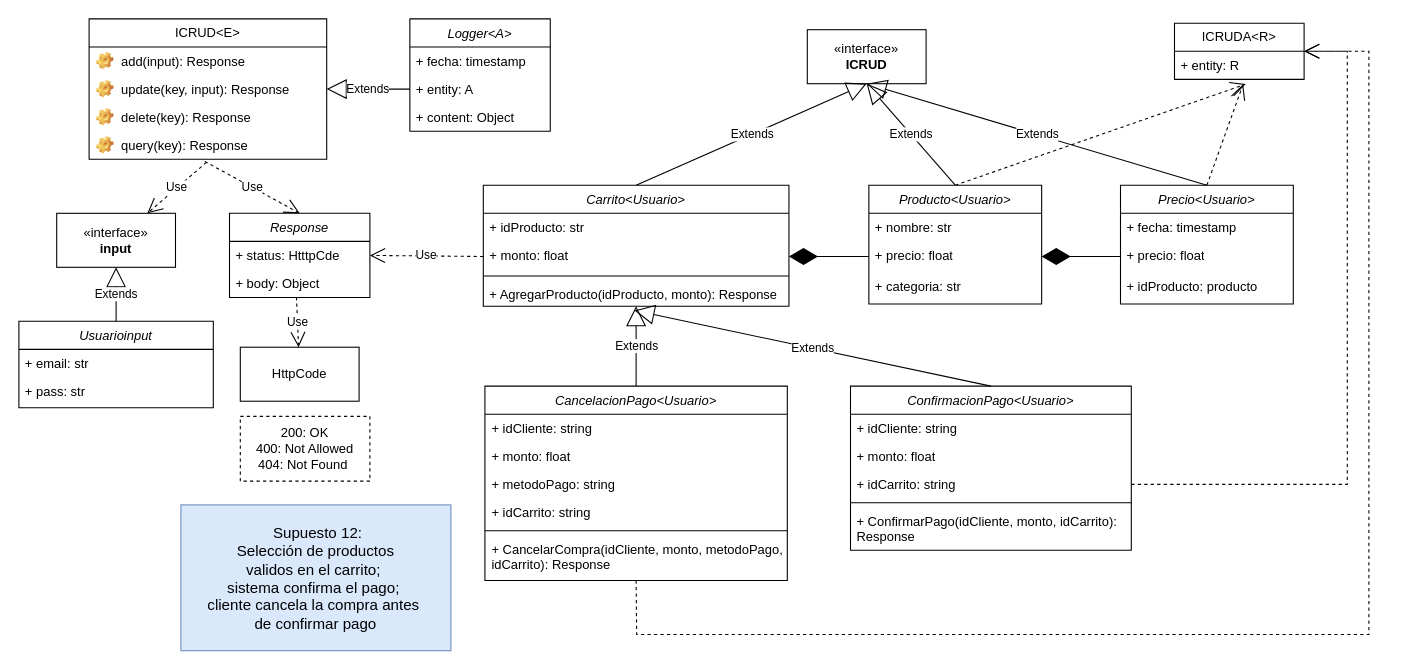
Before: Front-End_Sprint/Diagrama Supuesto12.drawio in Giggin-html/dwm4, a draw.io diagram. Source tidied: cells renumbered, new cells numbered last; positions are measured from the earlier drawing's top-left corner, leaving out a move shared by most shapes. Both pictures are drawn from the tidied source at 108%, with x=0, y=0 at pixel (18, 18).
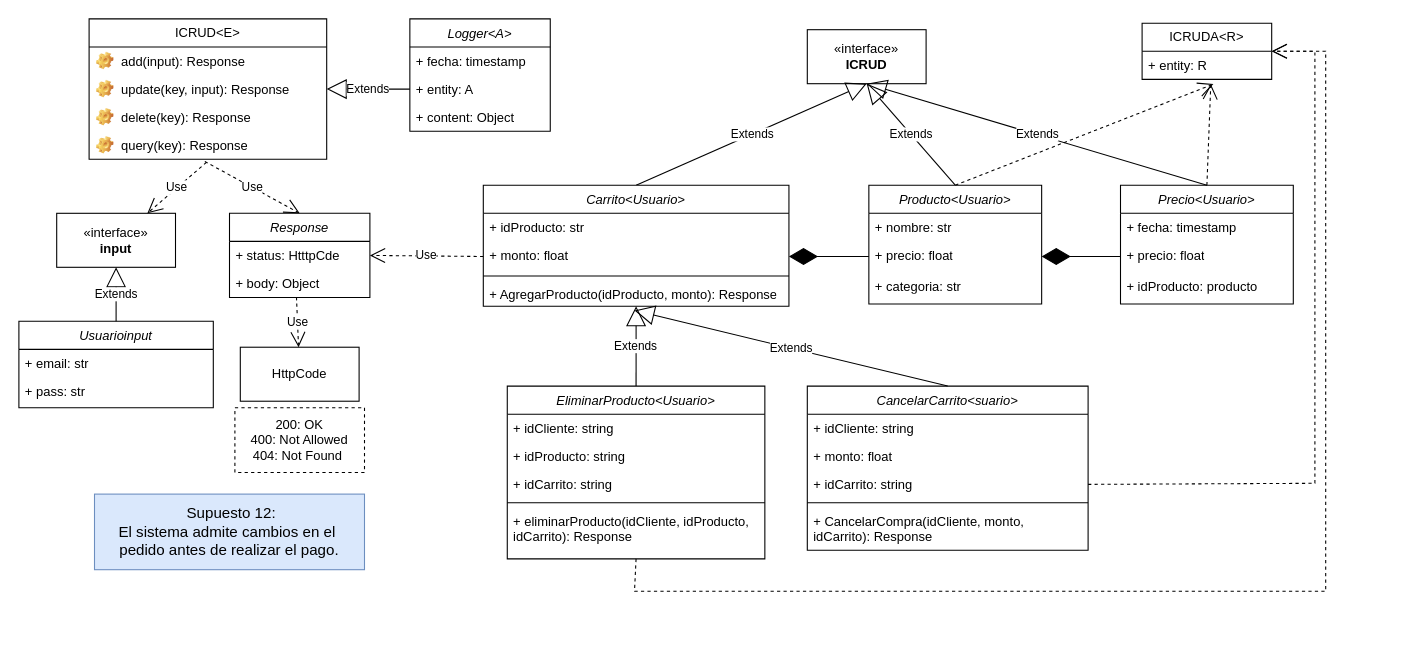
Above is the later version.

Unchanged cells that the change refers to:
```xml
<mxCell id="46" value="+ monto: float" style="text;strokeColor=none;fillColor=none;align=left;verticalAlign=top;spacingLeft=4;spacingRight=4;overflow=hidden;points=[[0,0.5],[1,0.5]];portConstraint=eastwest;whiteSpace=wrap;html=1;" parent="44" vertex="1">
  <mxGeometry y="52" width="283" height="28" as="geometry" />
</mxCell>
<mxCell id="48" value="+ AgregarProducto(idProducto, monto): Response" style="text;strokeColor=none;fillColor=none;align=left;verticalAlign=top;spacingLeft=4;spacingRight=4;overflow=hidden;points=[[0,0.5],[1,0.5]];portConstraint=eastwest;whiteSpace=wrap;html=1;" parent="44" vertex="1">
  <mxGeometry y="88" width="283" height="24" as="geometry" />
</mxCell>
<mxCell id="49" value="Producto&lt;Usuario&gt;" style="swimlane;fontStyle=2;align=center;verticalAlign=top;horizontal=1;startSize=26;rounded=0;shadow=0;strokeWidth=1;" parent="1" vertex="1">
  <mxGeometry x="787" y="154" width="160" height="110" as="geometry" />
</mxCell>
<mxCell id="53" value="Precio&lt;Usuario&gt;" style="swimlane;fontStyle=2;align=center;verticalAlign=top;horizontal=1;startSize=26;rounded=0;shadow=0;strokeWidth=1;" parent="1" vertex="1">
  <mxGeometry x="1020" y="154" width="160" height="110" as="geometry" />
</mxCell>
```

Change to the diagram source:
```diff
@@
-    <mxCell id="2" value="CancelacionPago&lt;Usuario&gt;" style="swimlane;fontStyle=2;align=center;verticalAlign=top;horizontal=1;startSize=26;rounded=0;shadow=0;strokeWidth=1;" parent="1" vertex="1">
-      <mxGeometry x="431.5" y="340" width="280" height="180" as="geometry" />
-    </mxCell>
+    <mxCell id="28" value="&lt;font style=&quot;font-size: 14px;&quot;&gt;&amp;nbsp;Supuesto 12:&lt;/font&gt;&lt;div&gt;&lt;div&gt;&lt;font style=&quot;font-size: 14px;&quot;&gt;El sistema admite cambios en el&amp;nbsp;&lt;/font&gt;&lt;/div&gt;&lt;div&gt;&lt;font style=&quot;font-size: 14px;&quot;&gt;pedido antes de realizar el pago.&lt;/font&gt;&lt;/div&gt;&lt;/div&gt;" style="html=1;whiteSpace=wrap;fillColor=#dae8fc;strokeColor=#6c8ebf;" parent="1" vertex="1">
+      <mxGeometry x="70" y="440" width="250" height="70" as="geometry" />
+    </mxCell>
+    <mxCell id="67" value="EliminarProducto&lt;Usuario&gt;" style="swimlane;fontStyle=2;align=center;verticalAlign=top;horizontal=1;startSize=26;rounded=0;shadow=0;strokeWidth=1;" parent="1" vertex="1">
+      <mxGeometry x="452.2" y="340" width="238.5" height="160" as="geometry" />
+    </mxCell>
-    <mxCell id="3" value="+ idCliente: string" style="text;strokeColor=none;fillColor=none;align=left;verticalAlign=top;spacingLeft=4;spacingRight=4;overflow=hidden;whiteSpace=wrap;html=1;" parent="2" vertex="1">
-      <mxGeometry y="26" width="280" height="26" as="geometry" />
+    <mxCell id="3" value="+ idCliente: string" style="text;strokeColor=none;fillColor=none;align=left;verticalAlign=top;spacingLeft=4;spacingRight=4;overflow=hidden;whiteSpace=wrap;html=1;" parent="67" vertex="1">
+      <mxGeometry y="26" width="238.5" height="26" as="geometry" />
     </mxCell>
-    <mxCell id="4" value="+ monto: float" style="text;strokeColor=none;fillColor=none;align=left;verticalAlign=top;spacingLeft=4;spacingRight=4;overflow=hidden;whiteSpace=wrap;html=1;" parent="2" vertex="1">
-      <mxGeometry y="52" width="280" height="26" as="geometry" />
-    </mxCell>
-    <mxCell id="5" value="+ metodoPago: string" style="text;strokeColor=none;fillColor=none;align=left;verticalAlign=top;spacingLeft=4;spacingRight=4;overflow=hidden;whiteSpace=wrap;html=1;" parent="2" vertex="1">
-      <mxGeometry y="78" width="280" height="26" as="geometry" />
-    </mxCell>
+    <mxCell id="68" value="+ idProducto: string" style="text;strokeColor=none;fillColor=none;align=left;verticalAlign=top;spacingLeft=4;spacingRight=4;overflow=hidden;whiteSpace=wrap;html=1;" parent="67" vertex="1">
+      <mxGeometry y="52" width="238.5" height="26" as="geometry" />
+    </mxCell>
-    <mxCell id="6" value="+ idCarrito: string" style="text;strokeColor=none;fillColor=none;align=left;verticalAlign=top;spacingLeft=4;spacingRight=4;overflow=hidden;whiteSpace=wrap;html=1;" parent="2" vertex="1">
-      <mxGeometry y="104" width="280" height="26" as="geometry" />
+    <mxCell id="6" value="+ idCarrito: string" style="text;strokeColor=none;fillColor=none;align=left;verticalAlign=top;spacingLeft=4;spacingRight=4;overflow=hidden;whiteSpace=wrap;html=1;" parent="67" vertex="1">
+      <mxGeometry y="78" width="238.5" height="26" as="geometry" />
     </mxCell>
-    <mxCell id="7" style="line;html=1;strokeWidth=1;align=left;verticalAlign=middle;spacingTop=-1;spacingLeft=3;spacingRight=3;labelPosition=right;" parent="2" vertex="1">
-      <mxGeometry y="130" width="280" height="8" as="geometry" />
-    </mxCell>
-    <mxCell id="8" value="+ CancelarCompra(idCliente, monto, metodoPago, idCarrito): Response" style="text;strokeColor=none;fillColor=none;align=left;verticalAlign=top;spacingLeft=4;spacingRight=4;overflow=hidden;whiteSpace=wrap;html=1;" parent="2" vertex="1">
-      <mxGeometry y="138" width="280" height="40" as="geometry" />
-    </mxCell>
+    <mxCell id="69" style="line;html=1;strokeWidth=1;align=left;verticalAlign=middle;spacingTop=-1;spacingLeft=3;spacingRight=3;labelPosition=right;" parent="67" vertex="1">
+      <mxGeometry y="104" width="238.5" height="8" as="geometry" />
+    </mxCell>
+    <mxCell id="70" value="+ eliminarProducto(idCliente, idProducto, idCarrito): Response" style="text;strokeColor=none;fillColor=none;align=left;verticalAlign=top;spacingLeft=4;spacingRight=4;overflow=hidden;whiteSpace=wrap;html=1;" parent="67" vertex="1">
+      <mxGeometry y="112" width="238.5" height="40" as="geometry" />
+    </mxCell>
@@
-    <mxCell id="28" value="&lt;font style=&quot;font-size: 14px;&quot;&gt;&amp;nbsp;Supuesto 12:&lt;/font&gt;&lt;div&gt;&lt;font style=&quot;font-size: 14px;&quot;&gt;Selección de productos&lt;/font&gt;&lt;/div&gt;&lt;div&gt;&lt;font style=&quot;font-size: 14px;&quot;&gt;validos&amp;nbsp;&lt;/font&gt;&lt;span style=&quot;font-size: 14px; background-color: transparent; color: light-dark(rgb(0, 0, 0), rgb(255, 255, 255));&quot;&gt;en el carrito;&amp;nbsp;&lt;/span&gt;&lt;/div&gt;&lt;div&gt;&lt;font style=&quot;font-size: 14px;&quot;&gt;sistema confirma el pago;&amp;nbsp;&lt;/font&gt;&lt;/div&gt;&lt;div&gt;&lt;font style=&quot;font-size: 14px;&quot;&gt;cliente cancela la compra&amp;nbsp;&lt;/font&gt;&lt;span style=&quot;font-size: 14px; background-color: transparent; color: light-dark(rgb(0, 0, 0), rgb(255, 255, 255));&quot;&gt;antes&amp;nbsp;&lt;/span&gt;&lt;/div&gt;&lt;div&gt;&lt;span style=&quot;font-size: 14px; background-color: transparent; color: light-dark(rgb(0, 0, 0), rgb(255, 255, 255));&quot;&gt;de confirmar pago&lt;/span&gt;&lt;/div&gt;&lt;div&gt;&lt;div&gt;&lt;/div&gt;&lt;/div&gt;" style="html=1;whiteSpace=wrap;fillColor=#dae8fc;strokeColor=#6c8ebf;" parent="1" vertex="1">
-      <mxGeometry x="150" y="450" width="250" height="135" as="geometry" />
-    </mxCell>
     <mxCell id="29" value="200: OK&lt;div&gt;400: Not Allowed&lt;/div&gt;&lt;div&gt;&lt;div&gt;404: Not Found&amp;nbsp;&lt;/div&gt;&lt;/div&gt;" style="html=1;whiteSpace=wrap;dashed=1;" parent="1" vertex="1">
-      <mxGeometry x="205" y="368" width="120" height="60" as="geometry" />
+      <mxGeometry x="200" y="360" width="120" height="60" as="geometry" />
     </mxCell>
@@
     <mxCell id="35" value="ICRUDA&amp;lt;R&amp;gt;" style="swimlane;fontStyle=0;horizontal=1;startSize=26;fillColor=none;whiteSpace=wrap;html=1;" parent="1" vertex="1">
-      <mxGeometry x="1070" y="4" width="120" height="52" as="geometry" />
+      <mxGeometry x="1040" y="4" width="120" height="52" as="geometry" />
     </mxCell>
@@
-    <mxCell id="37" value="ConfirmacionPago&lt;Usuario&gt;" style="swimlane;fontStyle=2;align=center;verticalAlign=top;horizontal=1;startSize=26;rounded=0;shadow=0;strokeWidth=1;" parent="1" vertex="1">
-      <mxGeometry x="770" y="340" width="260" height="152" as="geometry" />
-    </mxCell>
+    <mxCell id="71" value="CancelarCarrito&lt;suario&gt;" style="swimlane;fontStyle=2;align=center;verticalAlign=top;horizontal=1;startSize=26;rounded=0;shadow=0;strokeWidth=1;" parent="1" vertex="1">
+      <mxGeometry x="730" y="340" width="260" height="152" as="geometry" />
+    </mxCell>
-    <mxCell id="38" value="+ idCliente: string" style="text;strokeColor=none;fillColor=none;align=left;verticalAlign=top;spacingLeft=4;spacingRight=4;overflow=hidden;whiteSpace=wrap;html=1;" parent="37" vertex="1">
+    <mxCell id="38" value="+ idCliente: string" style="text;strokeColor=none;fillColor=none;align=left;verticalAlign=top;spacingLeft=4;spacingRight=4;overflow=hidden;whiteSpace=wrap;html=1;" parent="71" vertex="1">
       <mxGeometry y="26" width="260" height="26" as="geometry" />
     </mxCell>
-    <mxCell id="39" value="+ monto: float" style="text;strokeColor=none;fillColor=none;align=left;verticalAlign=top;spacingLeft=4;spacingRight=4;overflow=hidden;whiteSpace=wrap;html=1;" parent="37" vertex="1">
+    <mxCell id="39" value="+ monto: float" style="text;strokeColor=none;fillColor=none;align=left;verticalAlign=top;spacingLeft=4;spacingRight=4;overflow=hidden;whiteSpace=wrap;html=1;" parent="71" vertex="1">
       <mxGeometry y="52" width="260" height="26" as="geometry" />
     </mxCell>
-    <mxCell id="40" value="+ idCarrito: string" style="text;strokeColor=none;fillColor=none;align=left;verticalAlign=top;spacingLeft=4;spacingRight=4;overflow=hidden;points=[[0,0.5],[1,0.5]];portConstraint=eastwest;whiteSpace=wrap;html=1;" parent="37" vertex="1">
+    <mxCell id="40" value="+ idCarrito: string" style="text;strokeColor=none;fillColor=none;align=left;verticalAlign=top;spacingLeft=4;spacingRight=4;overflow=hidden;points=[[0,0.5],[1,0.5]];portConstraint=eastwest;whiteSpace=wrap;html=1;" parent="71" vertex="1">
       <mxGeometry y="78" width="260" height="26" as="geometry" />
     </mxCell>
-    <mxCell id="41" style="line;html=1;strokeWidth=1;align=left;verticalAlign=middle;spacingTop=-1;spacingLeft=3;spacingRight=3;labelPosition=right;" parent="37" vertex="1">
+    <mxCell id="41" style="line;html=1;strokeWidth=1;align=left;verticalAlign=middle;spacingTop=-1;spacingLeft=3;spacingRight=3;labelPosition=right;" parent="71" vertex="1">
       <mxGeometry y="104" width="260" height="8" as="geometry" />
     </mxCell>
-    <mxCell id="42" value="+ ConfirmarPago(idCliente, monto, idCarrito): Response" style="text;strokeColor=none;fillColor=none;align=left;verticalAlign=top;spacingLeft=4;spacingRight=4;overflow=hidden;whiteSpace=wrap;html=1;" parent="37" vertex="1">
-      <mxGeometry y="112" width="260" height="40" as="geometry" />
-    </mxCell>
+    <mxCell id="72" value="+ CancelarCompra(idCliente, monto, idCarrito): Response" style="text;strokeColor=none;fillColor=none;align=left;verticalAlign=top;spacingLeft=4;spacingRight=4;overflow=hidden;whiteSpace=wrap;html=1;" parent="71" vertex="1">
+      <mxGeometry y="112" width="260" height="40" as="geometry" />
+    </mxCell>
@@
-    <mxCell id="51" value="+ precio: float" style="text;strokeColor=none;fillColor=none;align=left;verticalAlign=top;spacingLeft=4;spacingRight=4;overflow=hidden;points=[[0,0.5],[1,0.5]];portConstraint=eastwest;whiteSpace=wrap;html=1;" parent="49" vertex="1">
-      <mxGeometry y="52" width="160" height="28" as="geometry" />
-    </mxCell>
+    <mxCell id="73" value="+ precio: float" style="text;strokeColor=none;fillColor=none;align=left;verticalAlign=top;spacingLeft=4;spacingRight=4;overflow=hidden;points=[[0,0.5],[1,0.5]];portConstraint=eastwest;whiteSpace=wrap;html=1;" parent="49" vertex="1">
+      <mxGeometry y="52" width="160" height="28" as="geometry" />
+    </mxCell>
@@
-    <mxCell id="55" value="+ precio: float" style="text;strokeColor=none;fillColor=none;align=left;verticalAlign=top;spacingLeft=4;spacingRight=4;overflow=hidden;points=[[0,0.5],[1,0.5]];portConstraint=eastwest;whiteSpace=wrap;html=1;" parent="53" vertex="1">
-      <mxGeometry y="52" width="160" height="28" as="geometry" />
-    </mxCell>
+    <mxCell id="74" value="+ precio: float" style="text;strokeColor=none;fillColor=none;align=left;verticalAlign=top;spacingLeft=4;spacingRight=4;overflow=hidden;points=[[0,0.5],[1,0.5]];portConstraint=eastwest;whiteSpace=wrap;html=1;" parent="53" vertex="1">
+      <mxGeometry y="52" width="160" height="28" as="geometry" />
+    </mxCell>
@@
-    <mxCell id="57" style="endArrow=diamondThin;endFill=1;endSize=24;html=1;rounded=0;entryX=1;entryY=0.5;entryDx=0;entryDy=0;exitX=0;exitY=0.5;exitDx=0;exitDy=0;" parent="1" edge="1" source="51" target="46">
-      <mxGeometry relative="1" as="geometry" />
-    </mxCell>
-    <mxCell id="58" style="endArrow=diamondThin;endFill=1;endSize=24;html=1;rounded=0;entryX=1;entryY=0.5;entryDx=0;entryDy=0;exitX=0;exitY=0.5;exitDx=0;exitDy=0;" parent="1" edge="1" source="55" target="51">
-      <mxGeometry relative="1" as="geometry" />
-    </mxCell>
+    <mxCell id="75" style="endArrow=diamondThin;endFill=1;endSize=24;html=1;rounded=0;entryX=1;entryY=0.5;entryDx=0;entryDy=0;exitX=0;exitY=0.5;exitDx=0;exitDy=0;" parent="1" edge="1" source="73" target="46">
+      <mxGeometry relative="1" as="geometry" />
+    </mxCell>
+    <mxCell id="76" style="endArrow=diamondThin;endFill=1;endSize=24;html=1;rounded=0;entryX=1;entryY=0.5;entryDx=0;entryDy=0;exitX=0;exitY=0.5;exitDx=0;exitDy=0;" parent="1" edge="1" source="74" target="73">
+      <mxGeometry relative="1" as="geometry" />
+    </mxCell>
@@
-    <mxCell id="60" style="endArrow=open;endSize=12;dashed=1;html=1;rounded=0;entryX=1;entryY=0.5;entryDx=0;entryDy=0;exitX=0.5;exitY=1;exitDx=0;exitDy=0;" parent="1" edge="1" source="2" target="35">
-      <mxGeometry relative="1" as="geometry">
-        <Array as="points">
-          <mxPoint x="572" y="570" />
-          <mxPoint x="1250" y="570" />
-          <mxPoint x="1250" y="30" />
-        </Array>
-      </mxGeometry>
-    </mxCell>
+    <mxCell id="77" style="endArrow=open;endSize=12;dashed=1;html=1;rounded=0;entryX=1;entryY=0.5;entryDx=0;entryDy=0;exitX=0.5;exitY=1;exitDx=0;exitDy=0;" parent="1" edge="1" source="67" target="35">
+      <mxGeometry relative="1" as="geometry">
+        <Array as="points">
+          <mxPoint x="570" y="530" />
+          <mxPoint x="1210" y="530" />
+          <mxPoint x="1210" y="30" />
+        </Array>
+      </mxGeometry>
+    </mxCell>
     <mxCell id="61" style="endArrow=open;endSize=12;dashed=1;html=1;rounded=0;entryX=1;entryY=0.5;entryDx=0;entryDy=0;exitX=1;exitY=0.5;exitDx=0;exitDy=0;" parent="1" edge="1" source="40" target="35">
       <mxGeometry relative="1" as="geometry">
         <Array as="points">
-          <mxPoint x="1230" y="431" />
-          <mxPoint x="1230" y="30" />
+          <mxPoint x="1200" y="430" />
+          <mxPoint x="1200" y="30" />
         </Array>
       </mxGeometry>
     </mxCell>
@@
-    <mxCell id="63" value="Extends" style="endArrow=block;endSize=16;endFill=0;html=1;rounded=0;exitX=0.5;exitY=0;exitDx=0;exitDy=0;" parent="1" edge="1" source="2" target="48">
-      <mxGeometry relative="1" as="geometry" />
-    </mxCell>
-    <mxCell id="64" value="Extends" style="endArrow=block;endSize=16;endFill=0;html=1;rounded=0;exitX=0.5;exitY=0;exitDx=0;exitDy=0;" parent="1" edge="1" source="37">
-      <mxGeometry relative="1" as="geometry">
-        <mxPoint x="570" y="270" as="targetPoint" />
-      </mxGeometry>
-    </mxCell>
+    <mxCell id="78" value="Extends" style="endArrow=block;endSize=16;endFill=0;html=1;rounded=0;exitX=0.5;exitY=0;exitDx=0;exitDy=0;" parent="1" edge="1" source="67" target="48">
+      <mxGeometry relative="1" as="geometry" />
+    </mxCell>
+    <mxCell id="79" value="Extends" style="endArrow=block;endSize=16;endFill=0;html=1;rounded=0;exitX=0.5;exitY=0;exitDx=0;exitDy=0;" parent="1" edge="1" source="71">
+      <mxGeometry relative="1" as="geometry">
+        <mxPoint x="570" y="270" as="targetPoint" />
+      </mxGeometry>
+    </mxCell>
```
